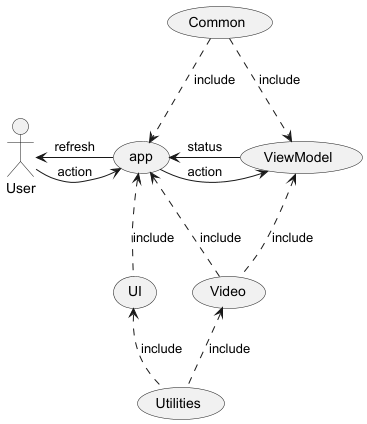
The PlantUML diagram doc/showcase/ShowCaseModules.png in jhelpgg/JHelpTools, before a commit.
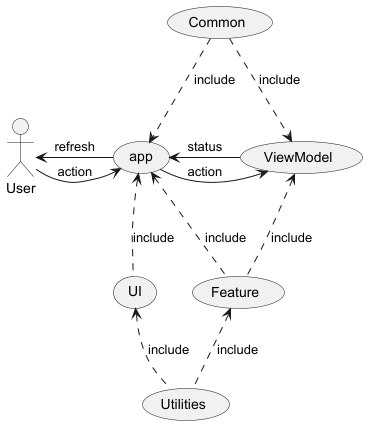
After the change.

What changed in the source:
```diff
@@ -10,9 +10,9 @@
 (Common) ..> (ViewModel) : include
 
 (app) <.. (UI) : include
-(app) <.. (Video) : include
+(app) <.. (Feature) : include
 (UI) <.. (Utilities) : include
-(Video) <.. (Utilities) : include
-(ViewModel) <.. (Video) : include
+(Feature) <.. (Utilities) : include
+(ViewModel) <.. (Feature) : include
 
 @enduml
```
